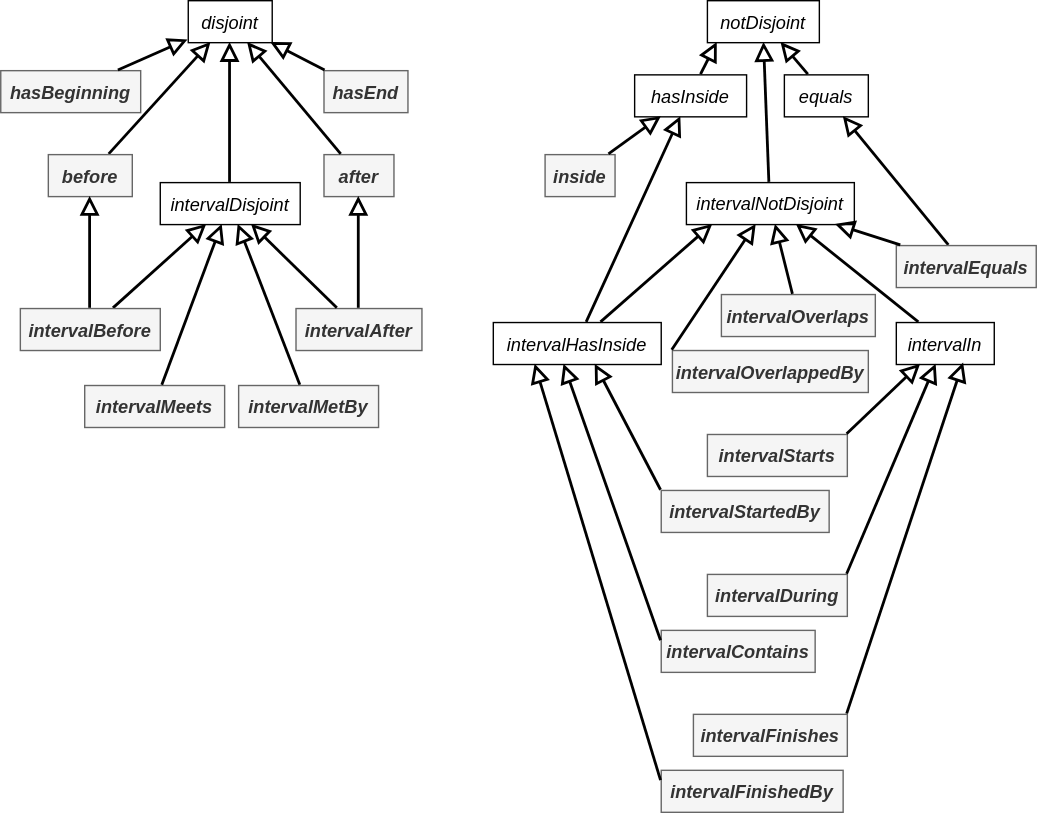
Earlier version of the draw.io export images/topology-properties.svg (w3c/sdw-time). Source tidied: cells renumbered, new cells last; positions are measured from the earlier drawing's top-left corner, leaving out a move shared by most shapes.
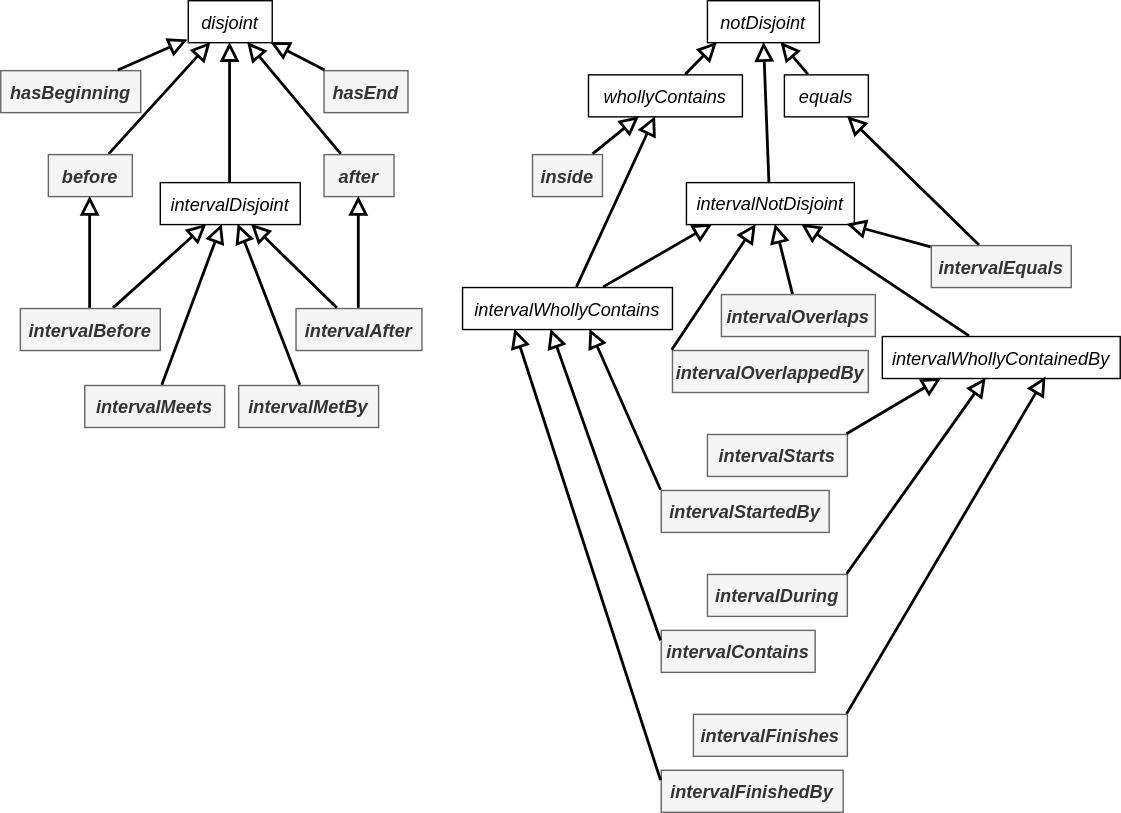
The same diagram one commit later.

The edit, as a diff of the source:
```diff
@@ -53,14 +53,14 @@
     <mxCell id="18" style="html=1;jettySize=18;whiteSpace=wrap;fontSize=13;strokeColor=default;strokeOpacity=100;fixDash=1;strokeWidth=2;rounded=0;startArrow=none;endArrow=block;lucidId=XvNQ3zJcAKRb;endFill=0;endSize=9;fontColor=default;convertToSvg=1;fontStyle=2;" parent="1" edge="1" source="36" target="17">
       <mxGeometry relative="1" as="geometry" />
     </mxCell>
-    <mxCell id="19" value="hasInside" style="html=1;overflow=block;blockSpacing=1;whiteSpace=wrap;fontSize=13;fontColor=default;align=center;spacing=0;strokeOpacity=100;fillColor=none;strokeWidth=1;strokeColor=default;convertToSvg=1;fontStyle=2;" parent="1" vertex="1">
-      <mxGeometry x="453" y="53" width="80" height="30" as="geometry" />
+    <mxCell id="19" value="whollyContains" style="html=1;overflow=block;blockSpacing=1;whiteSpace=wrap;fontSize=13;fontColor=default;align=center;spacing=0;strokeOpacity=100;fillColor=none;strokeWidth=1;strokeColor=default;convertToSvg=1;fontStyle=2;" parent="1" vertex="1">
+      <mxGeometry x="420" y="53" width="110" height="30" as="geometry" />
     </mxCell>
     <mxCell id="20" style="html=1;jettySize=18;whiteSpace=wrap;fontSize=13;strokeColor=default;strokeOpacity=100;fixDash=1;strokeWidth=2;rounded=0;startArrow=none;endArrow=block;lucidId=XvNQ3zJcAKRb;endFill=0;endSize=9;fontColor=default;convertToSvg=1;fontStyle=2;" parent="1" edge="1" source="28" target="9">
       <mxGeometry relative="1" as="geometry" />
     </mxCell>
-    <mxCell id="21" value="intervalIn" style="html=1;overflow=block;blockSpacing=1;whiteSpace=wrap;fontSize=13;fontColor=default;align=center;spacing=0;strokeOpacity=100;fillColor=none;strokeWidth=1;strokeColor=default;convertToSvg=1;fontStyle=2;" parent="1" vertex="1">
-      <mxGeometry x="640" y="230" width="70" height="30" as="geometry" />
+    <mxCell id="21" value="intervalWhollyContainedBy" style="html=1;overflow=block;blockSpacing=1;whiteSpace=wrap;fontSize=13;fontColor=default;align=center;spacing=0;strokeOpacity=100;fillColor=none;strokeWidth=1;strokeColor=default;convertToSvg=1;fontStyle=2;" parent="1" vertex="1">
+      <mxGeometry x="630" y="240" width="170" height="30" as="geometry" />
     </mxCell>
     <mxCell id="22" style="html=1;jettySize=18;whiteSpace=wrap;fontSize=13;strokeColor=default;strokeOpacity=100;fixDash=1;strokeWidth=2;rounded=0;startArrow=none;endArrow=block;lucidId=XvNQ3zJcAKRb;endFill=0;endSize=9;fontColor=default;convertToSvg=1;exitX=1;exitY=0;exitDx=0;exitDy=0;fontStyle=2;entryX=0.689;entryY=0.967;entryDx=0;entryDy=0;entryPerimeter=0;" parent="1" edge="1" source="49" target="21">
       <mxGeometry relative="1" as="geometry" />
@@ -105,7 +105,7 @@
       <mxGeometry relative="1" as="geometry" />
     </mxCell>
     <mxCell id="36" value="intervalEquals" style="html=1;overflow=block;blockSpacing=1;whiteSpace=wrap;fontSize=13;fontColor=#333333;align=center;spacing=0;strokeOpacity=100;fillColor=#f5f5f5;strokeWidth=1;strokeColor=#666666;convertToSvg=1;fontStyle=3;" parent="1" vertex="1">
-      <mxGeometry x="640" y="175" width="100" height="30" as="geometry" />
+      <mxGeometry x="665" y="175" width="100" height="30" as="geometry" />
     </mxCell>
     <mxCell id="37" value="intervalFinishedBy" style="html=1;overflow=block;blockSpacing=1;whiteSpace=wrap;fontSize=13;fontColor=#333333;align=center;spacing=0;strokeOpacity=100;fillColor=#f5f5f5;strokeWidth=1;strokeColor=#666666;convertToSvg=1;fontStyle=3;" parent="1" vertex="1">
       <mxGeometry x="472" y="550" width="130" height="30" as="geometry" />
@@ -117,7 +117,7 @@
       <mxGeometry x="472" y="450" width="110" height="30" as="geometry" />
     </mxCell>
     <mxCell id="40" value="inside" style="html=1;overflow=block;blockSpacing=1;whiteSpace=wrap;fontSize=13;fontColor=#333333;align=center;spacing=0;strokeOpacity=100;fillColor=#f5f5f5;strokeWidth=1;strokeColor=#666666;convertToSvg=1;fontStyle=3;" parent="1" vertex="1">
-      <mxGeometry x="389" y="110" width="50" height="30" as="geometry" />
+      <mxGeometry x="380" y="110" width="50" height="30" as="geometry" />
     </mxCell>
     <mxCell id="41" style="html=1;jettySize=18;whiteSpace=wrap;fontSize=13;strokeColor=default;strokeOpacity=100;fixDash=1;strokeWidth=2;rounded=0;startArrow=none;endArrow=block;lucidId=XvNQ3zJcAKRb;endFill=0;endSize=9;fontColor=default;convertToSvg=1;exitX=0;exitY=0;exitDx=0;exitDy=0;fontStyle=2;entryX=0.608;entryY=1;entryDx=0;entryDy=0;entryPerimeter=0;" parent="1" edge="1" source="38" target="50">
       <mxGeometry relative="1" as="geometry" />
@@ -146,8 +146,8 @@
     <mxCell id="49" value="intervalFinishes" style="html=1;overflow=block;blockSpacing=1;whiteSpace=wrap;fontSize=13;fontColor=#333333;align=center;spacing=0;strokeOpacity=100;fillColor=#f5f5f5;strokeWidth=1;strokeColor=#666666;convertToSvg=1;fontStyle=3;" parent="1" vertex="1">
       <mxGeometry x="495" y="510" width="110" height="30" as="geometry" />
     </mxCell>
-    <mxCell id="50" value="intervalHasInside" style="html=1;overflow=block;blockSpacing=1;whiteSpace=wrap;fontSize=13;fontColor=default;align=center;spacing=0;strokeOpacity=100;fillColor=none;strokeWidth=1;strokeColor=default;convertToSvg=1;fontStyle=2;" parent="1" vertex="1">
-      <mxGeometry x="352" y="230" width="120" height="30" as="geometry" />
+    <mxCell id="50" value="intervalWhollyContains" style="html=1;overflow=block;blockSpacing=1;whiteSpace=wrap;fontSize=13;fontColor=default;align=center;spacing=0;strokeOpacity=100;fillColor=none;strokeWidth=1;strokeColor=default;convertToSvg=1;fontStyle=2;" parent="1" vertex="1">
+      <mxGeometry x="330" y="205" width="150" height="30" as="geometry" />
     </mxCell>
     <mxCell id="51" style="html=1;jettySize=18;whiteSpace=wrap;fontSize=13;strokeColor=default;strokeOpacity=100;fixDash=1;strokeWidth=2;rounded=0;startArrow=none;endArrow=block;lucidId=XvNQ3zJcAKRb;endFill=0;endSize=9;fontColor=default;convertToSvg=1;fontStyle=2;" parent="1" edge="1" source="50" target="19">
       <mxGeometry relative="1" as="geometry" />
```
